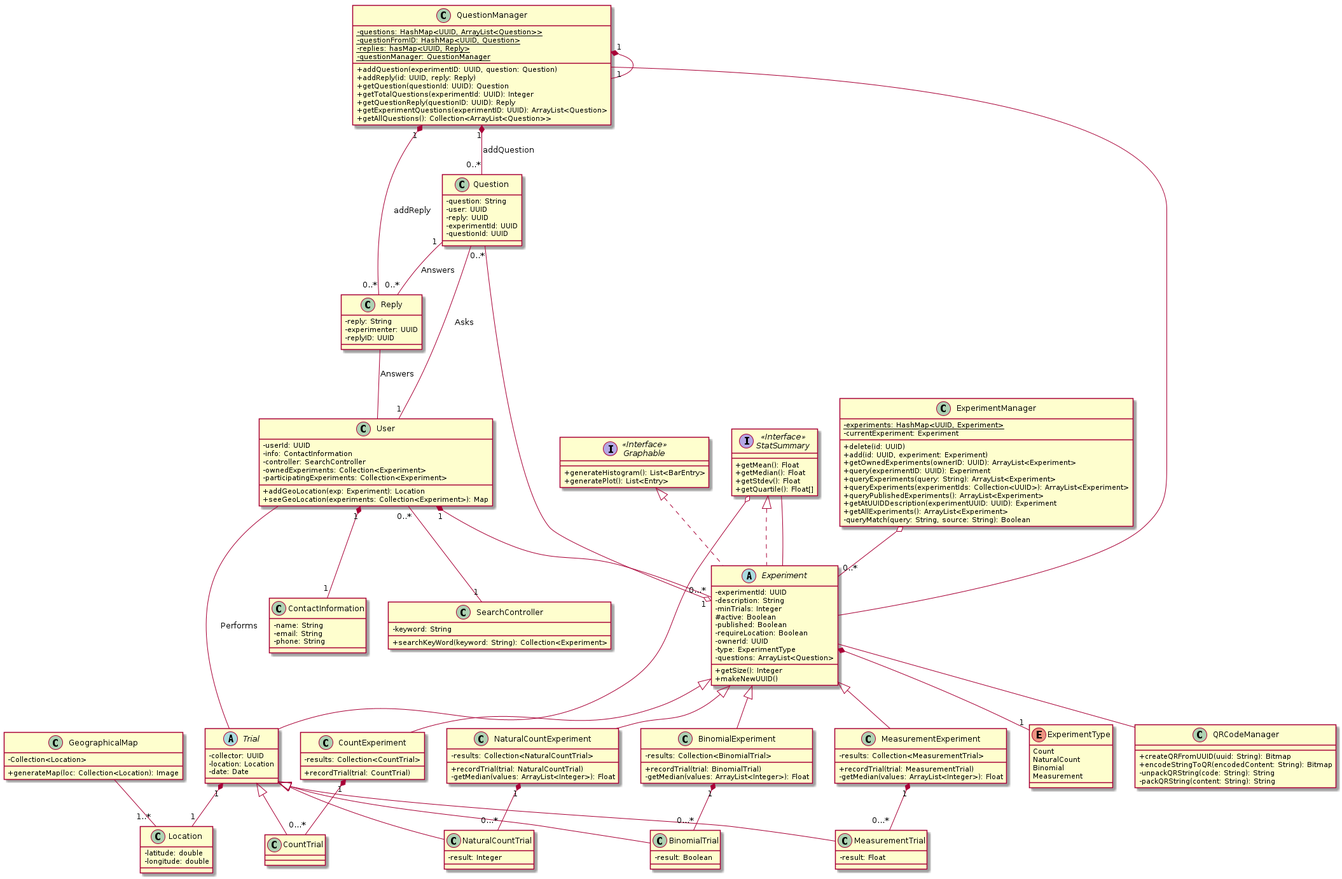
Earlier version of the PlantUML export doc/uml/UML.png (CMPUT301W21T03/Experiment-Automata).
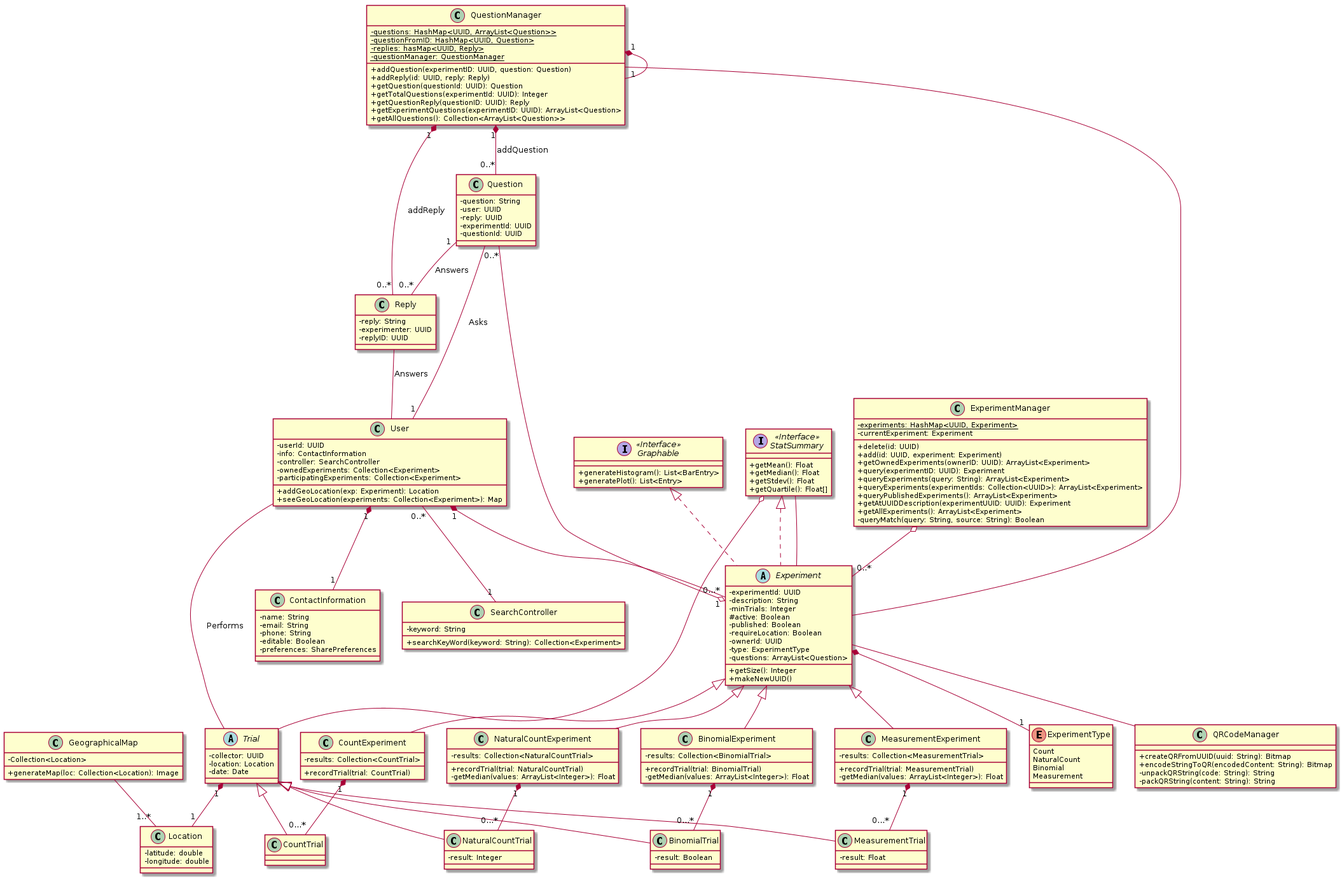
After the commit.

Diff of the diagram source:
```diff
@@ -179,6 +179,8 @@
     -name: String
     -email: String
     -phone: String
+    -editable: Boolean
+    -preferences: SharePreferences
 }
 
 class SearchController {
```
